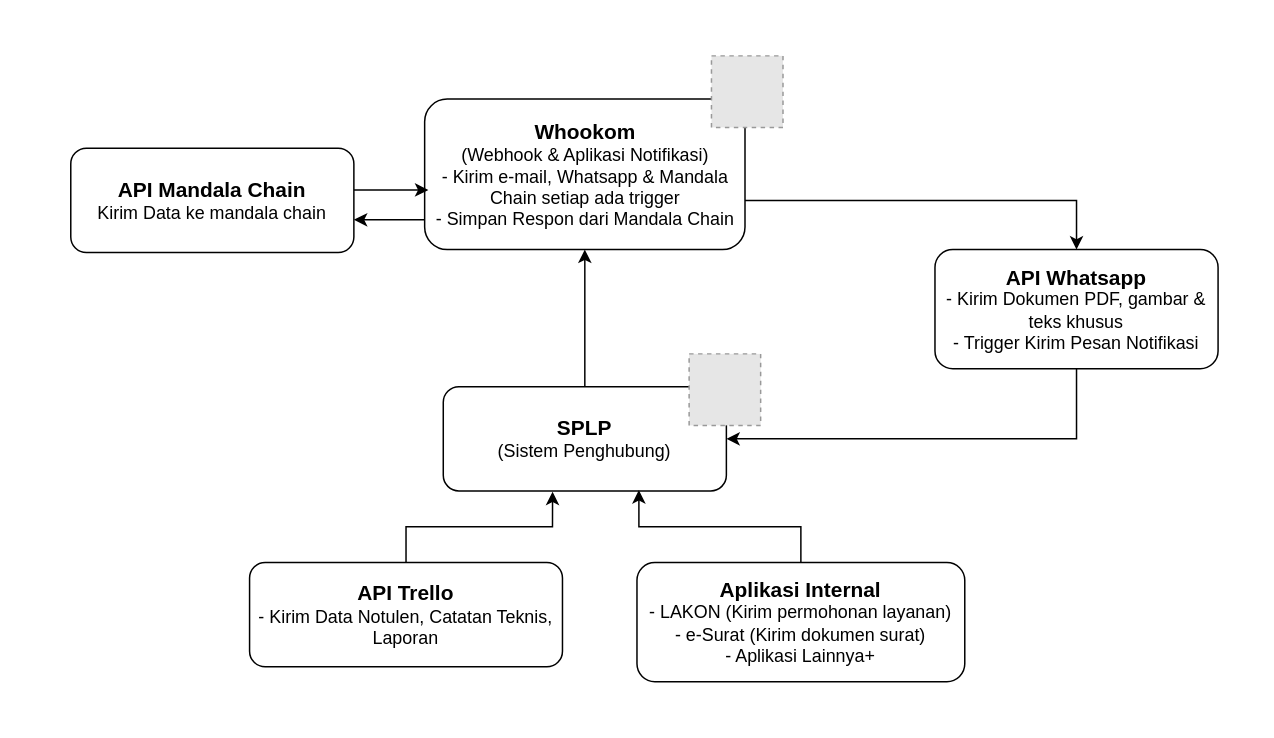
The draw.io diagram env_designs/bagan_integrasi_mandala_chain.drawio in zeneight/drawio, before the edit. Source tidied: cells renumbered, new cells numbered last; positions are measured from the earlier drawing's top-left corner, leaving out a move shared by most shapes. Both pictures are drawn from the tidied source at 149%, with x=0, y=0 at pixel (70, 55). Pictures stored in the file or linked from it are replaced by grey dashed boxes.
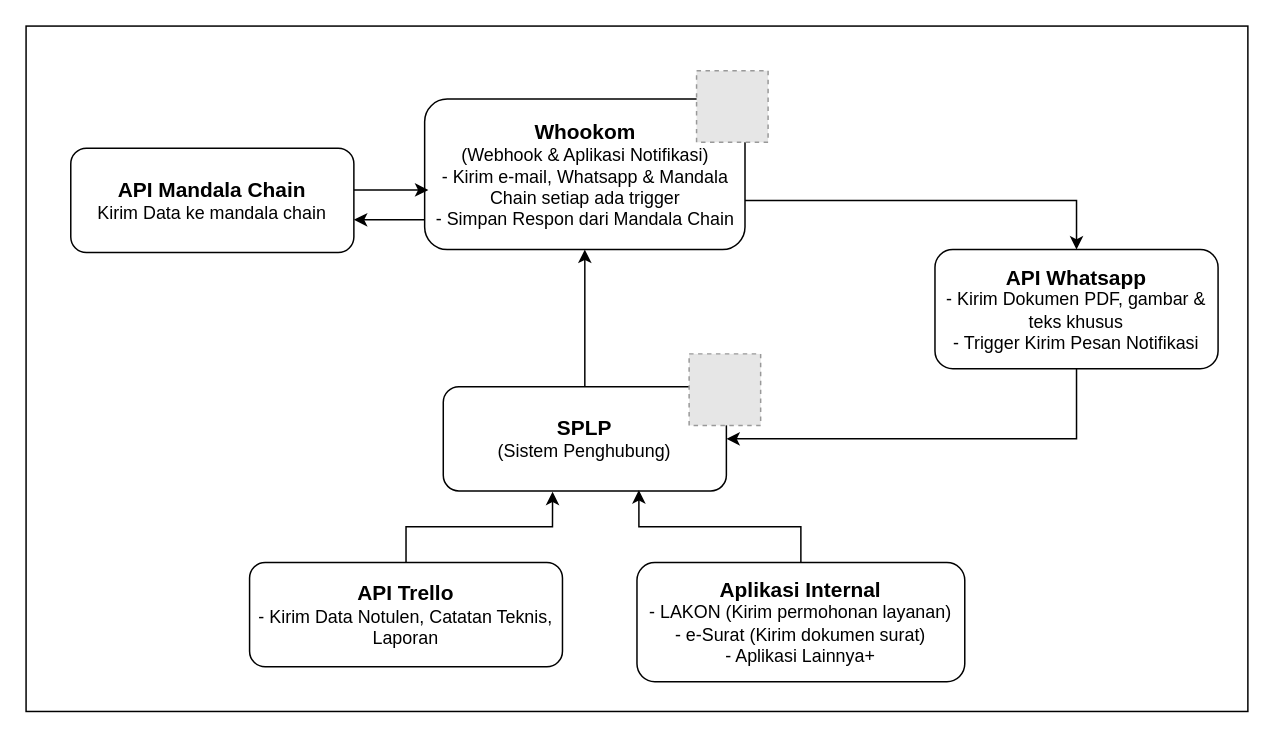
Above is the later version.

What changed in the source:
```diff
@@
+    <mxCell id="17" style="rounded=0;whiteSpace=wrap;html=1;fillColor=none;" parent="1" vertex="1">
+      <mxGeometry x="-30" y="-20" width="820" height="460" as="geometry" />
+    </mxCell>
@@
     <mxCell id="8" style="fillColor=#E6E6E6;strokeColor=#999999;dashed=1;verticalLabelPosition=bottom;verticalAlign=top;" parent="1" vertex="1">
-      <mxGeometry x="430" width="48" height="48" as="geometry" />
+      <mxGeometry x="420" y="10" width="48" height="48" as="geometry" />
     </mxCell>
```
